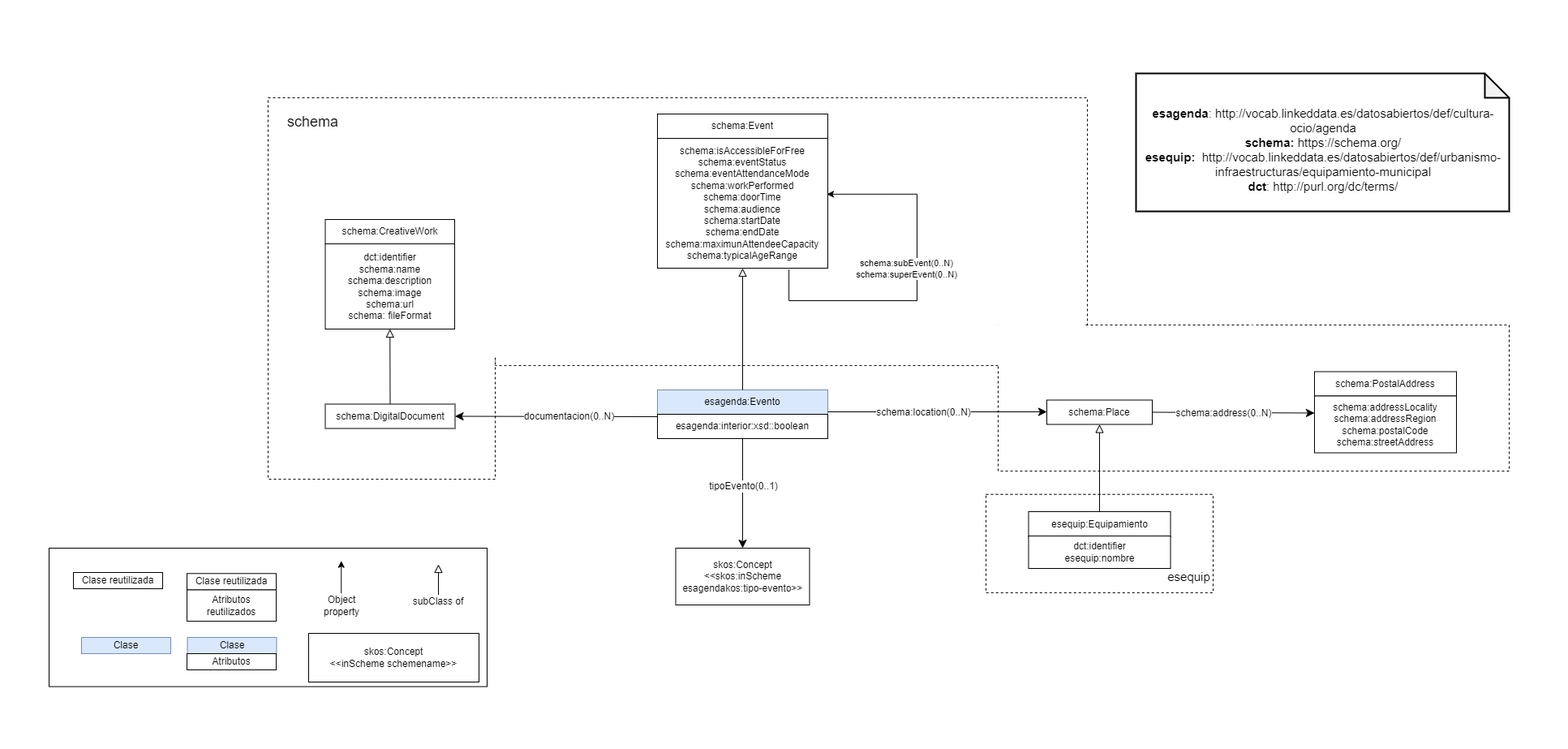
This is resources/images/ontology.png from josuesalas25/esagenda.github.io, a draw.io export, as it was before one commit. Source tidied: cells renumbered, new cells last; positions are measured from the earlier drawing's top-left corner, leaving out a move shared by most shapes.
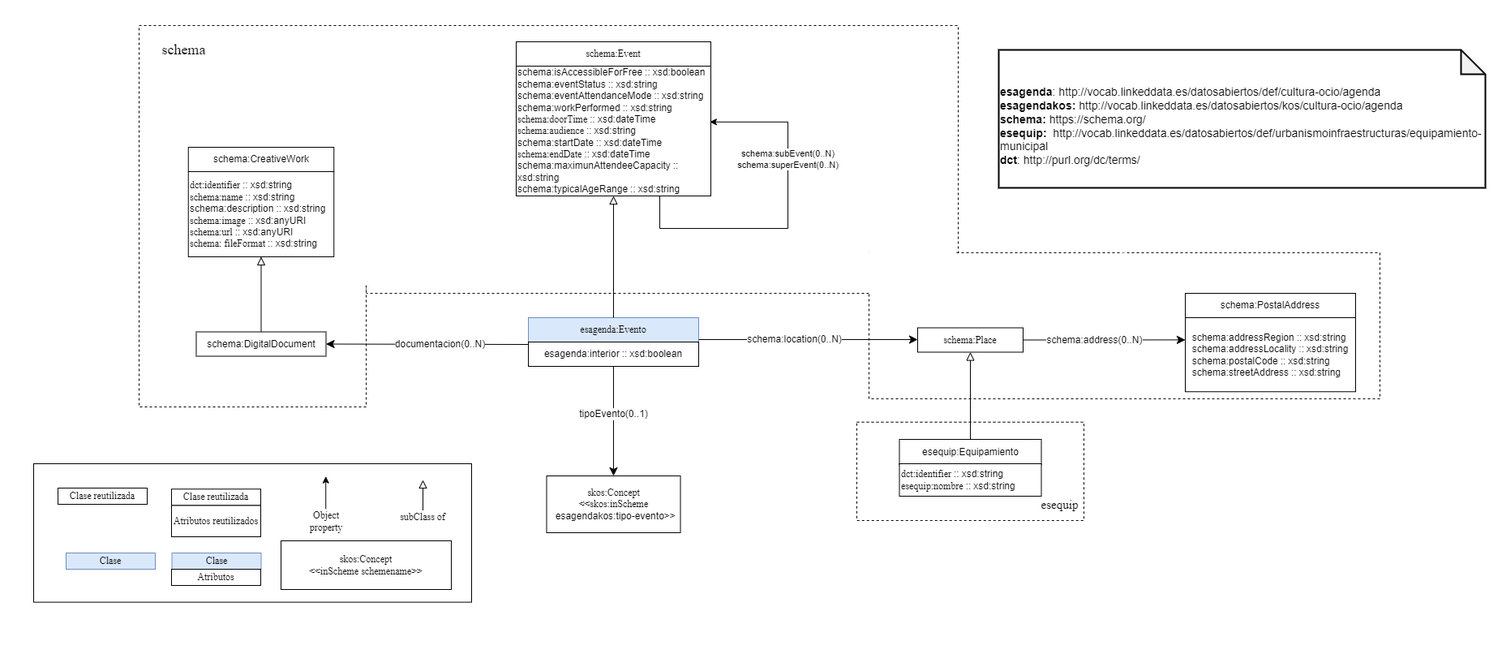
The same diagram one commit later.

What changed in the source:
```diff
@@ -3,7 +3,7 @@
     <mxCell id="0" />
     <mxCell id="1" parent="0" />
     <mxCell id="2" style="rounded=0;whiteSpace=wrap;html=1;fontSize=15;strokeColor=#FFFFFF;strokeWidth=2;" parent="1" vertex="1">
-      <mxGeometry width="1930" height="910" as="geometry" />
+      <mxGeometry x="160" y="90" width="1850" height="810" as="geometry" />
     </mxCell>
     <mxCell id="3" style="rounded=0;whiteSpace=wrap;html=1;dashed=1;strokeWidth=1;" parent="1" vertex="1">
       <mxGeometry x="610" y="120" width="730" height="330" as="geometry" />
@@ -23,7 +23,7 @@
     <mxCell id="8" value="esagenda:Evento" style="rounded=0;whiteSpace=wrap;html=1;snapToPoint=1;points=[[0.1,0],[0.2,0],[0.3,0],[0.4,0],[0.5,0],[0.6,0],[0.7,0],[0.8,0],[0.9,0],[0,0.1],[0,0.3],[0,0.5],[0,0.7],[0,0.9],[0.1,1],[0.2,1],[0.3,1],[0.4,1],[0.5,1],[0.6,1],[0.7,1],[0.8,1],[0.9,1],[1,0.1],[1,0.3],[1,0.5],[1,0.7],[1,0.9]];fillColor=#dae8fc;strokeColor=#6c8ebf;" parent="1" vertex="1">
       <mxGeometry x="810" y="480" width="210" height="30" as="geometry" />
     </mxCell>
-    <mxCell id="9" value="esagenda:interior:xsd::boolean" style="rounded=0;whiteSpace=wrap;html=1;snapToPoint=1;points=[[0.1,0],[0.2,0],[0.3,0],[0.4,0],[0.5,0],[0.6,0],[0.7,0],[0.8,0],[0.9,0],[0,0.1],[0,0.3],[0,0.5],[0,0.7],[0,0.9],[0.1,1],[0.2,1],[0.3,1],[0.4,1],[0.5,1],[0.6,1],[0.7,1],[0.8,1],[0.9,1],[1,0.1],[1,0.3],[1,0.5],[1,0.7],[1,0.9]];" parent="1" vertex="1">
+    <mxCell id="9" value="esagenda:interior :: xsd:boolean" style="rounded=0;whiteSpace=wrap;html=1;snapToPoint=1;points=[[0.1,0],[0.2,0],[0.3,0],[0.4,0],[0.5,0],[0.6,0],[0.7,0],[0.8,0],[0.9,0],[0,0.1],[0,0.3],[0,0.5],[0,0.7],[0,0.9],[0.1,1],[0.2,1],[0.3,1],[0.4,1],[0.5,1],[0.6,1],[0.7,1],[0.8,1],[0.9,1],[1,0.1],[1,0.3],[1,0.5],[1,0.7],[1,0.9]];" parent="1" vertex="1">
       <mxGeometry x="810" y="510" width="210" height="30" as="geometry" />
     </mxCell>
     <mxCell id="10" style="endArrow=classic;html=1;exitX=0.5;exitY=1;exitDx=0;exitDy=0;endSize=8;arcSize=0;rounded=0;entryX=0.5;entryY=0;entryDx=0;entryDy=0;" parent="1" edge="1" source="9" target="12">
@@ -44,11 +44,11 @@
     <mxCell id="15" value="documentacion(0..N)" style="text;html=1;align=center;verticalAlign=middle;labelBackgroundColor=#ffffff;" parent="14" vertex="1">
       <mxGeometry x="-0.13" relative="1" as="geometry" />
     </mxCell>
-    <mxCell id="16" value="&lt;div&gt;dct:identifier&lt;/div&gt;&lt;div&gt;schema:name&lt;/div&gt;&lt;div&gt;schema:description&lt;/div&gt;&lt;div&gt;schema:image&lt;/div&gt;&lt;div&gt;schema:url&lt;/div&gt;&lt;div&gt;schema: fileFormat&lt;br&gt;&lt;/div&gt;" style="rounded=0;whiteSpace=wrap;html=1;snapToPoint=1;points=[[0.1,0],[0.2,0],[0.3,0],[0.4,0],[0.5,0],[0.6,0],[0.7,0],[0.8,0],[0.9,0],[0,0.1],[0,0.3],[0,0.5],[0,0.7],[0,0.9],[0.1,1],[0.2,1],[0.3,1],[0.4,1],[0.5,1],[0.6,1],[0.7,1],[0.8,1],[0.9,1],[1,0.1],[1,0.3],[1,0.5],[1,0.7],[1,0.9]];" parent="1" vertex="1">
-      <mxGeometry x="400.5" y="300" width="159.5" height="105" as="geometry" />
+    <mxCell id="16" value="&lt;blockquote style=&quot;margin: 0 0 0 40px; border: none; padding: 0px;&quot;&gt;&lt;/blockquote&gt;&lt;span style=&quot;background-color: initial;&quot;&gt;dct:identifier :: xsd:string&lt;/span&gt;&lt;br&gt;&lt;blockquote style=&quot;margin: 0 0 0 40px; border: none; padding: 0px;&quot;&gt;&lt;/blockquote&gt;&lt;span style=&quot;background-color: initial;&quot;&gt;schema:name :: xsd:string&lt;/span&gt;&lt;br&gt;&lt;blockquote style=&quot;margin: 0 0 0 40px; border: none; padding: 0px;&quot;&gt;&lt;/blockquote&gt;&lt;span style=&quot;background-color: initial;&quot;&gt;schema:description :: xsd:string&lt;/span&gt;&lt;br&gt;&lt;blockquote style=&quot;margin: 0 0 0 40px; border: none; padding: 0px;&quot;&gt;&lt;/blockquote&gt;&lt;span style=&quot;background-color: initial;&quot;&gt;schema:image :: xsd:anyURI&lt;/span&gt;&lt;br&gt;&lt;blockquote style=&quot;margin: 0 0 0 40px; border: none; padding: 0px;&quot;&gt;&lt;/blockquote&gt;&lt;span style=&quot;background-color: initial;&quot;&gt;schema:url :: xsd:anyURI&lt;/span&gt;&lt;br&gt;&lt;div style=&quot;&quot;&gt;schema: fileFormat :: xsd:string&lt;/div&gt;" style="rounded=0;whiteSpace=wrap;html=1;snapToPoint=1;points=[[0.1,0],[0.2,0],[0.3,0],[0.4,0],[0.5,0],[0.6,0],[0.7,0],[0.8,0],[0.9,0],[0,0.1],[0,0.3],[0,0.5],[0,0.7],[0,0.9],[0.1,1],[0.2,1],[0.3,1],[0.4,1],[0.5,1],[0.6,1],[0.7,1],[0.8,1],[0.9,1],[1,0.1],[1,0.3],[1,0.5],[1,0.7],[1,0.9]];align=left;" parent="1" vertex="1">
+      <mxGeometry x="390.8" y="300" width="179.5" height="105" as="geometry" />
     </mxCell>
     <mxCell id="17" value="schema:CreativeWork" style="rounded=0;whiteSpace=wrap;html=1;" parent="1" vertex="1">
-      <mxGeometry x="400.5" y="270" width="159.5" height="30" as="geometry" />
+      <mxGeometry x="390.8" y="270" width="179.5" height="30" as="geometry" />
     </mxCell>
     <mxCell id="18" style="endArrow=block;html=1;fontColor=#000099;endFill=0;endSize=8;arcSize=0;rounded=0;exitX=0.5;exitY=0;exitDx=0;exitDy=0;entryX=0.5;entryY=1;entryDx=0;entryDy=0;" parent="1" edge="1" source="13" target="16">
       <mxGeometry relative="1" as="geometry" />
@@ -64,11 +64,14 @@
     <mxCell id="21" value="schema:Place" style="rounded=0;whiteSpace=wrap;html=1;snapToPoint=1;points=[[0.1,0],[0.2,0],[0.3,0],[0.4,0],[0.5,0],[0.6,0],[0.7,0],[0.8,0],[0.9,0],[0,0.1],[0,0.3],[0,0.5],[0,0.7],[0,0.9],[0.1,1],[0.2,1],[0.3,1],[0.4,1],[0.5,1],[0.6,1],[0.7,1],[0.8,1],[0.9,1],[1,0.1],[1,0.3],[1,0.5],[1,0.7],[1,0.9]];" parent="1" vertex="1">
       <mxGeometry x="1290" y="492.5" width="130" height="30" as="geometry" />
     </mxCell>
+    <mxCell id="53" style="edgeStyle=orthogonalEdgeStyle;rounded=0;jettySize=auto;html=1;fontSize=14;" parent="1" edge="1" source="22" target="23">
+      <mxGeometry relative="1" as="geometry" />
+    </mxCell>
     <mxCell id="22" value="schema:PostalAddress" style="rounded=0;whiteSpace=wrap;html=1;snapToPoint=1;points=[[0.1,0],[0.2,0],[0.3,0],[0.4,0],[0.5,0],[0.6,0],[0.7,0],[0.8,0],[0.9,0],[0,0.1],[0,0.3],[0,0.5],[0,0.7],[0,0.9],[0.1,1],[0.2,1],[0.3,1],[0.4,1],[0.5,1],[0.6,1],[0.7,1],[0.8,1],[0.9,1],[1,0.1],[1,0.3],[1,0.5],[1,0.7],[1,0.9]];" parent="1" vertex="1">
-      <mxGeometry x="1620" y="457.5" width="175" height="30" as="geometry" />
+      <mxGeometry x="1620" y="450" width="210" height="30" as="geometry" />
     </mxCell>
-    <mxCell id="23" value="&lt;div&gt;schema:addressLocality&lt;/div&gt;&lt;div&gt;schema:addressRegion&lt;/div&gt;&lt;div&gt;schema:postalCode&lt;/div&gt;&lt;div&gt;schema:streetAddress&lt;br&gt;&lt;/div&gt;" style="rounded=0;whiteSpace=wrap;html=1;snapToPoint=1;points=[[0.1,0],[0.2,0],[0.3,0],[0.4,0],[0.5,0],[0.6,0],[0.7,0],[0.8,0],[0.9,0],[0,0.1],[0,0.3],[0,0.5],[0,0.7],[0,0.9],[0.1,1],[0.2,1],[0.3,1],[0.4,1],[0.5,1],[0.6,1],[0.7,1],[0.8,1],[0.9,1],[1,0.1],[1,0.3],[1,0.5],[1,0.7],[1,0.9]];" parent="1" vertex="1">
-      <mxGeometry x="1620" y="487.5" width="175" height="70" as="geometry" />
+    <mxCell id="23" value="&lt;div style=&quot;text-align: left;&quot;&gt;schema:addressRegion :: xsd:string&lt;br&gt;&lt;/div&gt;&lt;div&gt;schema:addressLocality :: xsd:string&lt;/div&gt;&lt;div style=&quot;text-align: left;&quot;&gt;schema:postalCode :: xsd:string&lt;/div&gt;&lt;div style=&quot;text-align: left;&quot;&gt;schema:streetAddress :: xsd:string&lt;br&gt;&lt;/div&gt;" style="rounded=0;whiteSpace=wrap;html=1;snapToPoint=1;points=[[0.1,0],[0.2,0],[0.3,0],[0.4,0],[0.5,0],[0.6,0],[0.7,0],[0.8,0],[0.9,0],[0,0.1],[0,0.3],[0,0.5],[0,0.7],[0,0.9],[0.1,1],[0.2,1],[0.3,1],[0.4,1],[0.5,1],[0.6,1],[0.7,1],[0.8,1],[0.9,1],[1,0.1],[1,0.3],[1,0.5],[1,0.7],[1,0.9]];" parent="1" vertex="1">
+      <mxGeometry x="1620" y="480" width="210" height="91.2" as="geometry" />
     </mxCell>
     <mxCell id="24" style="endArrow=classic;html=1;endSize=8;arcSize=0;rounded=0;exitX=1;exitY=0.5;exitDx=0;exitDy=0;entryX=0;entryY=0.3;entryDx=0;entryDy=0;" parent="1" edge="1" source="21" target="23">
       <mxGeometry relative="1" as="geometry" />
@@ -82,19 +85,19 @@
     <mxCell id="27" value="esequip:Equipamiento" style="rounded=0;whiteSpace=wrap;html=1;snapToPoint=1;points=[[0.1,0],[0.2,0],[0.3,0],[0.4,0],[0.5,0],[0.6,0],[0.7,0],[0.8,0],[0.9,0],[0,0.1],[0,0.3],[0,0.5],[0,0.7],[0,0.9],[0.1,1],[0.2,1],[0.3,1],[0.4,1],[0.5,1],[0.6,1],[0.7,1],[0.8,1],[0.9,1],[1,0.1],[1,0.3],[1,0.5],[1,0.7],[1,0.9]];" parent="1" vertex="1">
       <mxGeometry x="1267.5" y="630" width="175" height="31.2" as="geometry" />
     </mxCell>
-    <mxCell id="28" value="&lt;div&gt;dct:identifier&lt;br&gt;&lt;/div&gt;&lt;div&gt;esequip:nombre&lt;/div&gt;" style="rounded=0;whiteSpace=wrap;html=1;" parent="1" vertex="1">
+    <mxCell id="28" value="&lt;div&gt;dct:identifier :: xsd:string&lt;br&gt;&lt;/div&gt;&lt;div&gt;esequip:nombre :: xsd:string&lt;/div&gt;" style="rounded=0;whiteSpace=wrap;html=1;align=left;" parent="1" vertex="1">
       <mxGeometry x="1267.5" y="660" width="175" height="40" as="geometry" />
     </mxCell>
-    <mxCell id="29" value="schema:isAccessibleForFree&lt;br&gt;schema:eventStatus&lt;br&gt;schema:eventAttendanceMode&lt;br&gt;schema:workPerformed&lt;br&gt;schema:doorTime&lt;br&gt;&lt;div&gt;schema:audience&lt;/div&gt;&lt;div&gt;schema:startDate&lt;/div&gt;schema:endDate&lt;br&gt;schema:maximunAttendeeCapacity&lt;br&gt;schema:typicalAgeRange" style="rounded=0;whiteSpace=wrap;html=1;snapToPoint=1;points=[[0.1,0],[0.2,0],[0.3,0],[0.4,0],[0.5,0],[0.6,0],[0.7,0],[0.8,0],[0.9,0],[0,0.1],[0,0.3],[0,0.5],[0,0.7],[0,0.9],[0.1,1],[0.2,1],[0.3,1],[0.4,1],[0.5,1],[0.6,1],[0.7,1],[0.8,1],[0.9,1],[1,0.1],[1,0.3],[1,0.5],[1,0.7],[1,0.9]];" parent="1" vertex="1">
-      <mxGeometry x="810" y="170" width="210" height="160" as="geometry" />
+    <mxCell id="29" value="schema:isAccessibleForFree :: xsd:boolean&amp;nbsp;&lt;br&gt;schema:eventStatus :: xsd:string&lt;br&gt;schema:eventAttendanceMode :: xsd:string&lt;br&gt;schema:workPerformed :: xsd:string&lt;br&gt;schema:doorTime :: xsd:dateTime&lt;br&gt;&lt;div&gt;schema:audience :: xsd:string&amp;nbsp;&lt;/div&gt;&lt;div&gt;schema:startDate :: xsd:dateTime&lt;/div&gt;schema:endDate :: xsd:dateTime&lt;br&gt;schema:maximunAttendeeCapacity :: xsd:string&lt;br&gt;schema:typicalAgeRange :: xsd:string" style="rounded=0;whiteSpace=wrap;html=1;snapToPoint=1;points=[[0.1,0],[0.2,0],[0.3,0],[0.4,0],[0.5,0],[0.6,0],[0.7,0],[0.8,0],[0.9,0],[0,0.1],[0,0.3],[0,0.5],[0,0.7],[0,0.9],[0.1,1],[0.2,1],[0.3,1],[0.4,1],[0.5,1],[0.6,1],[0.7,1],[0.8,1],[0.9,1],[1,0.1],[1,0.3],[1,0.5],[1,0.7],[1,0.9]];align=left;" parent="1" vertex="1">
+      <mxGeometry x="795" y="170" width="240" height="160" as="geometry" />
     </mxCell>
     <mxCell id="30" value="schema:Event" style="rounded=0;whiteSpace=wrap;html=1;" parent="1" vertex="1">
-      <mxGeometry x="810" y="140" width="210" height="30" as="geometry" />
+      <mxGeometry x="795" y="140" width="240" height="30" as="geometry" />
     </mxCell>
     <mxCell id="31" style="endArrow=block;html=1;fontColor=#000099;endFill=0;endSize=8;arcSize=0;rounded=0;entryX=0.5;entryY=1;entryDx=0;entryDy=0;exitX=0.5;exitY=0;exitDx=0;exitDy=0;" parent="1" edge="1" source="8" target="29">
       <mxGeometry relative="1" as="geometry" />
     </mxCell>
-    <mxCell id="32" style="edgeStyle=orthogonalEdgeStyle;rounded=0;orthogonalLoop=1;jettySize=auto;html=1;exitX=0.772;exitY=1.011;exitDx=0;exitDy=0;entryX=0.995;entryY=0.43;entryDx=0;entryDy=0;entryPerimeter=0;exitPerimeter=0;" parent="1" edge="1" source="29" target="29">
+    <mxCell id="32" style="edgeStyle=orthogonalEdgeStyle;rounded=0;orthogonalLoop=1;jettySize=auto;html=1;exitX=0.771;exitY=1;exitDx=0;exitDy=0;entryX=0.995;entryY=0.43;entryDx=0;entryDy=0;entryPerimeter=0;exitPerimeter=0;" parent="1" edge="1" source="29" target="29">
       <mxGeometry relative="1" as="geometry">
         <Array as="points">
           <mxPoint x="972" y="370" />
@@ -105,7 +108,7 @@
     </mxCell>
     <mxCell id="33" value="&lt;div&gt;schema:subEvent(0..N)&lt;/div&gt;&lt;div&gt;schema:superEvent(0..N)&lt;br&gt;&lt;/div&gt;" style="edgeLabel;html=1;align=center;verticalAlign=middle;" parent="32" vertex="1">
       <mxGeometry x="-0.24" y="1" relative="1" as="geometry">
-        <mxPoint x="16" y="-39" as="offset" />
+        <mxPoint x="41" y="-84" as="offset" />
       </mxGeometry>
     </mxCell>
     <mxCell id="34" value="&lt;font style=&quot;font-size: 18px&quot;&gt;schema&lt;/font&gt;" style="text;html=1;align=center;verticalAlign=middle;strokeColor=none;fillColor=none;strokeWidth=2;fontSize=15;" parent="1" vertex="1">
@@ -128,50 +131,50 @@
     <mxCell id="39" style="endArrow=none;html=1;rounded=0;strokeColor=#FFFFFF;strokeWidth=6;exitX=0;exitY=0;exitDx=0;exitDy=0;entryX=0.17;entryY=-0.002;entryDx=0;entryDy=0;entryPerimeter=0;" parent="1" edge="1" source="5" target="5">
       <mxGeometry relative="1" as="geometry" />
     </mxCell>
-    <mxCell id="40" value="&lt;div align=&quot;center&quot;&gt;&lt;b&gt;&lt;br&gt;&lt;/b&gt;&lt;/div&gt;&lt;div align=&quot;center&quot;&gt;&lt;b&gt;esagenda&lt;/b&gt;: http://vocab.linkeddata.es/datosabiertos/def/cultura-ocio/agenda&lt;b&gt;&lt;br&gt;&lt;/b&gt;&lt;/div&gt;&lt;div align=&quot;center&quot;&gt;&lt;b&gt;schema:&lt;/b&gt; https://schema.org/&lt;/div&gt;&lt;div align=&quot;center&quot;&gt;&lt;b&gt;esequip:&amp;nbsp; &lt;/b&gt;http://vocab.linkeddata.es/datosabiertos/def/urbanismo-infraestructuras/equipamiento-municipal&lt;br&gt;&lt;/div&gt;&lt;div align=&quot;center&quot;&gt;&lt;b&gt;dct&lt;/b&gt;: http://purl.org/dc/terms/&lt;br&gt;&lt;/div&gt;" style="shape=note;whiteSpace=wrap;html=1;backgroundOutline=1;darkOpacity=0.05;fontSize=15;strokeColor=#000000;strokeWidth=2;align=left;" parent="1" vertex="1">
-      <mxGeometry x="1400" y="90" width="460" height="170" as="geometry" />
+    <mxCell id="40" value="&lt;div align=&quot;center&quot;&gt;&lt;b&gt;&lt;br&gt;&lt;/b&gt;&lt;/div&gt;&lt;div style=&quot;font-size: 14px;&quot;&gt;&lt;font style=&quot;font-size: 14px;&quot;&gt;&lt;b&gt;esagenda&lt;/b&gt;: http://vocab.linkeddata.es/datosabiertos/def/cultura-ocio/agenda&lt;b&gt;&lt;br&gt;&lt;/b&gt;&lt;/font&gt;&lt;/div&gt;&lt;div style=&quot;font-size: 14px;&quot;&gt;&lt;font style=&quot;font-size: 14px;&quot;&gt;&lt;b&gt;esagendakos: &lt;/b&gt;http://vocab.linkeddata.es/datosabiertos/kos/cultura-ocio/agenda&lt;/font&gt;&lt;/div&gt;&lt;div style=&quot;font-size: 14px;&quot;&gt;&lt;font style=&quot;font-size: 14px;&quot;&gt;&lt;b&gt;schema:&lt;/b&gt; https://schema.org/&lt;/font&gt;&lt;/div&gt;&lt;div style=&quot;font-size: 14px;&quot;&gt;&lt;font style=&quot;font-size: 14px;&quot;&gt;&lt;b&gt;esequip:&amp;nbsp; &lt;/b&gt;http://vocab.linkeddata.es/datosabiertos/def/urbanismoinfraestructuras/equipamiento-municipal&lt;br&gt;&lt;/font&gt;&lt;/div&gt;&lt;div style=&quot;font-size: 14px;&quot;&gt;&lt;font style=&quot;font-size: 14px;&quot;&gt;&lt;b&gt;dct&lt;/b&gt;: http://purl.org/dc/terms/&lt;/font&gt;&lt;br&gt;&lt;/div&gt;" style="shape=note;whiteSpace=wrap;html=1;backgroundOutline=1;darkOpacity=0.05;fontSize=15;strokeColor=#000000;strokeWidth=2;align=left;" parent="1" vertex="1">
+      <mxGeometry x="1390" y="150" width="600" height="170" as="geometry" />
     </mxCell>
     <mxCell id="41" style="rounded=0;whiteSpace=wrap;html=1;" parent="1" vertex="1">
-      <mxGeometry x="60" y="675" width="540" height="170.6" as="geometry" />
+      <mxGeometry x="200" y="660" width="540" height="170.6" as="geometry" />
     </mxCell>
     <mxCell id="42" value="Clase reutilizada" style="rounded=0;whiteSpace=wrap;html=1;" parent="1" vertex="1">
-      <mxGeometry x="90" y="705" width="110" height="20" as="geometry" />
+      <mxGeometry x="230" y="690" width="110" height="20" as="geometry" />
     </mxCell>
     <mxCell id="43" value="&lt;div&gt;Clase&lt;/div&gt;" style="rounded=0;whiteSpace=wrap;html=1;fillColor=#dae8fc;strokeColor=#6c8ebf;" parent="1" vertex="1">
-      <mxGeometry x="230.5" y="785" width="110" height="20" as="geometry" />
+      <mxGeometry x="370.5" y="770" width="110" height="20" as="geometry" />
     </mxCell>
     <mxCell id="44" value="Atributos reutilizados" style="rounded=0;whiteSpace=wrap;html=1;" parent="1" vertex="1">
-      <mxGeometry x="230" y="726.2" width="110" height="38.8" as="geometry" />
+      <mxGeometry x="370" y="711.2" width="110" height="38.8" as="geometry" />
     </mxCell>
     <mxCell id="45" value="Clase reutilizada" style="rounded=0;whiteSpace=wrap;html=1;" parent="1" vertex="1">
-      <mxGeometry x="230" y="706.2" width="110" height="20" as="geometry" />
+      <mxGeometry x="370" y="691.2" width="110" height="20" as="geometry" />
     </mxCell>
     <mxCell id="46" value="&lt;div&gt;Clase&lt;/div&gt;" style="rounded=0;whiteSpace=wrap;html=1;fillColor=#dae8fc;strokeColor=#6c8ebf;" parent="1" vertex="1">
-      <mxGeometry x="100" y="785" width="110" height="20" as="geometry" />
+      <mxGeometry x="240" y="770" width="110" height="20" as="geometry" />
     </mxCell>
     <mxCell id="47" value="Atributos" style="rounded=0;whiteSpace=wrap;html=1;" parent="1" vertex="1">
-      <mxGeometry x="230" y="805" width="110" height="20" as="geometry" />
+      <mxGeometry x="370" y="790" width="110" height="20" as="geometry" />
     </mxCell>
     <mxCell id="48" value="&lt;div&gt;skos:Concept&lt;/div&gt;&lt;div&gt;&amp;lt;&amp;lt;inScheme schemename&amp;gt;&amp;gt;&lt;br&gt;&lt;/div&gt;" style="rounded=0;whiteSpace=wrap;html=1;" parent="1" vertex="1">
-      <mxGeometry x="380" y="780" width="210" height="60" as="geometry" />
+      <mxGeometry x="505" y="755" width="210" height="60" as="geometry" />
     </mxCell>
     <mxCell id="49" style="endArrow=classic;html=1;rounded=0;strokeWidth=1;" parent="1" edge="1">
       <mxGeometry relative="1" as="geometry">
-        <mxPoint x="420.2" y="730.6" as="sourcePoint" />
-        <mxPoint x="420.2" y="690.6" as="targetPoint" />
+        <mxPoint x="560.2" y="715.6" as="sourcePoint" />
+        <mxPoint x="560.2" y="675.6" as="targetPoint" />
       </mxGeometry>
     </mxCell>
     <mxCell id="50" value="Object property" style="text;html=1;strokeColor=none;fillColor=none;align=center;verticalAlign=middle;whiteSpace=wrap;rounded=0;" parent="1" vertex="1">
-      <mxGeometry x="390.5" y="730.6" width="60" height="30" as="geometry" />
+      <mxGeometry x="530.5" y="715.6" width="60" height="30" as="geometry" />
     </mxCell>
     <mxCell id="51" style="endArrow=block;html=1;fontColor=#000099;endFill=0;endSize=8;arcSize=0;rounded=0;exitX=0.5;exitY=0;exitDx=0;exitDy=0;" parent="1" edge="1">
       <mxGeometry relative="1" as="geometry">
-        <mxPoint x="540" y="732.5" as="sourcePoint" />
-        <mxPoint x="540" y="695" as="targetPoint" />
+        <mxPoint x="680" y="717.5" as="sourcePoint" />
+        <mxPoint x="680" y="680" as="targetPoint" />
       </mxGeometry>
     </mxCell>
     <mxCell id="52" value="subClass of" style="text;html=1;strokeColor=none;fillColor=none;align=center;verticalAlign=middle;whiteSpace=wrap;rounded=0;" parent="1" vertex="1">
-      <mxGeometry x="500" y="726.2" width="80" height="30" as="geometry" />
+      <mxGeometry x="640" y="711.2" width="80" height="30" as="geometry" />
     </mxCell>
   </root>
 </mxGraphModel>
```
